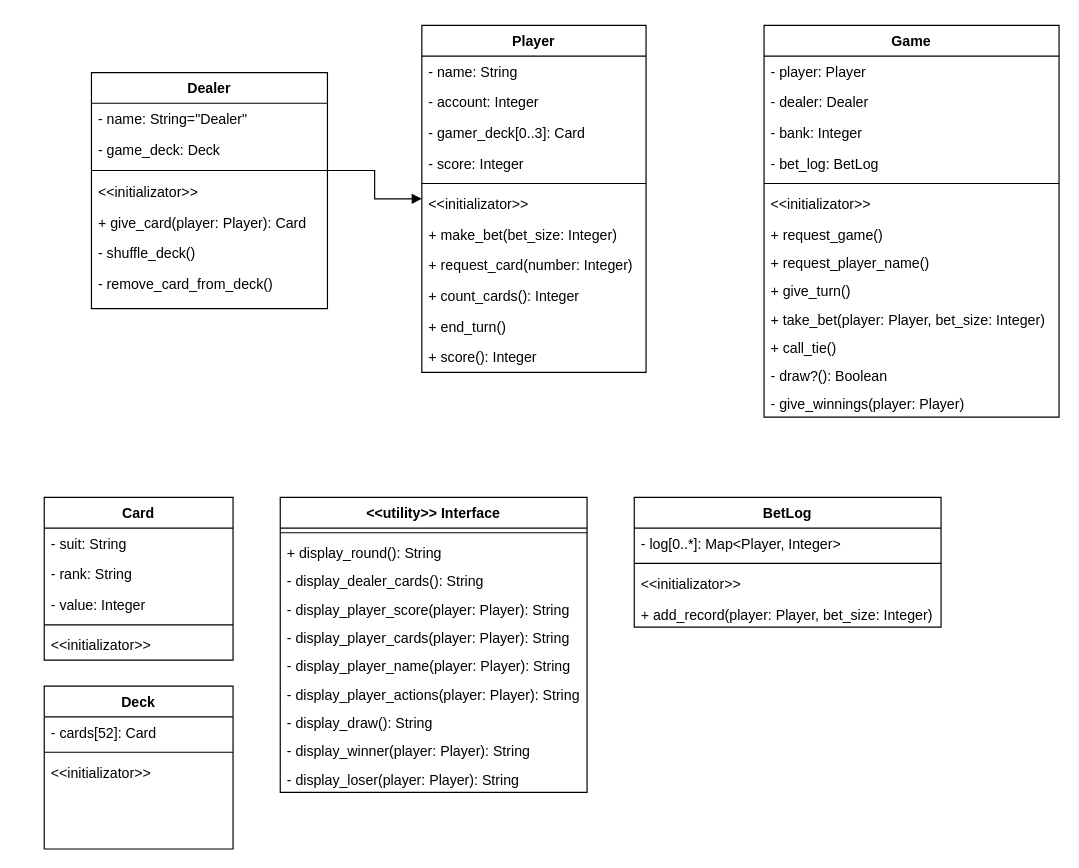
Above: Diagrams/Class_diagram.drawio in PrimusInterPares/BlackJack-game (draw.io), before the change. Source tidied: cells renumbered, new cells numbered last; positions are measured from the earlier drawing's top-left corner, leaving out a move shared by most shapes. Both pictures are drawn from the tidied source at 118%, with x=0, y=0 at pixel (44, 25).
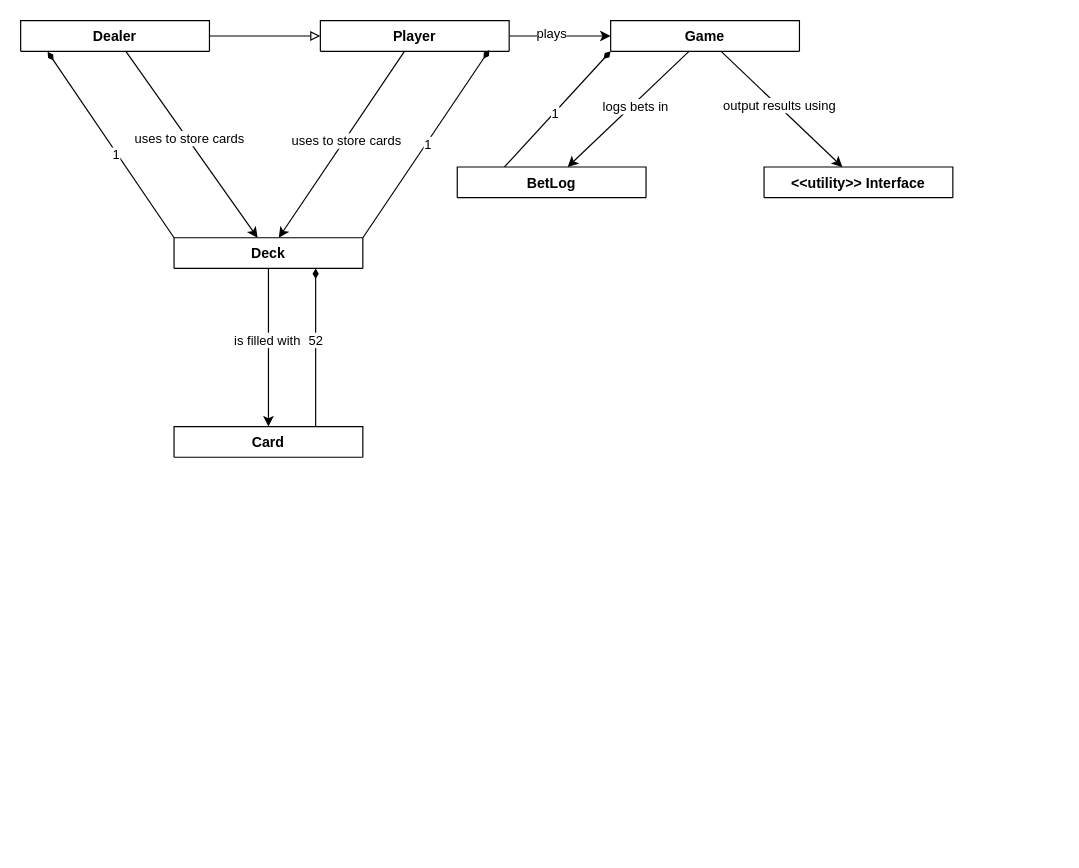
The same diagram, later.

Commit message:
Add relations between classes

What changed in the source:
```diff
@@
+    <mxCell id="63" style="rounded=0;jettySize=auto;html=1;" parent="1" edge="1" source="2" target="59">
+      <mxGeometry relative="1" as="geometry" />
+    </mxCell>
+    <mxCell id="64" value="uses to store cards" style="edgeLabel;html=1;align=center;verticalAlign=middle;" parent="63" vertex="1">
+      <mxGeometry x="-0.06" y="2" relative="1" as="geometry">
+        <mxPoint x="-1" as="offset" />
+      </mxGeometry>
+    </mxCell>
+    <mxCell id="65" style="rounded=0;jettySize=auto;html=1;" parent="1" edge="1" source="2" target="14">
+      <mxGeometry relative="1" as="geometry" />
+    </mxCell>
+    <mxCell id="66" value="plays" style="edgeLabel;html=1;align=center;verticalAlign=middle;labelPosition=center;verticalLabelPosition=middle;" parent="65" vertex="1">
+      <mxGeometry x="-0.19" y="3" relative="1" as="geometry" />
+    </mxCell>
-    <mxCell id="2" value="Player" style="swimlane;fontStyle=1;align=center;verticalAlign=top;horizontal=1;startSize=26;rounded=0;shadow=0;strokeWidth=1;" parent="1" vertex="1">
-      <mxGeometry x="320" width="190" height="294" as="geometry" />
+    <mxCell id="2" value="Player" style="swimlane;fontStyle=1;align=center;verticalAlign=top;horizontal=1;startSize=26;rounded=0;shadow=0;strokeWidth=1;" parent="1" vertex="1" collapsed="1">
+      <mxGeometry x="234" y="-4" width="160" height="26" as="geometry" />
     </mxCell>
-    <mxCell id="3" value="- name: String" style="text;align=left;verticalAlign=top;spacingLeft=4;spacingRight=4;overflow=hidden;rounded=0;shadow=0;html=0;" parent="2" vertex="1">
-      <mxGeometry y="26" width="190" height="26" as="geometry" />
-    </mxCell>
-    <mxCell id="4" value="- account: Integer" style="text;align=left;verticalAlign=top;spacingLeft=4;spacingRight=4;overflow=hidden;rounded=0;shadow=0;html=0;" parent="2" vertex="1">
-      <mxGeometry y="52" width="190" height="26" as="geometry" />
-    </mxCell>
-    <mxCell id="5" value="- gamer_deck[0..3]: Card" style="text;align=left;verticalAlign=top;spacingLeft=4;spacingRight=4;overflow=hidden;rounded=0;shadow=0;html=0;" parent="2" vertex="1">
-      <mxGeometry y="78" width="190" height="26" as="geometry" />
-    </mxCell>
-    <mxCell id="6" value="- score: Integer" style="text;align=left;verticalAlign=top;spacingLeft=4;spacingRight=4;overflow=hidden;rounded=0;shadow=0;html=0;" parent="2" vertex="1">
-      <mxGeometry y="104" width="190" height="26" as="geometry" />
-    </mxCell>
-    <mxCell id="7" style="line;html=1;strokeWidth=1;align=left;verticalAlign=middle;spacingTop=-1;spacingLeft=3;spacingRight=3;labelPosition=right;" parent="2" vertex="1">
-      <mxGeometry y="130" width="190" height="8" as="geometry" />
-    </mxCell>
-    <mxCell id="8" value="&lt;&lt;initializator&gt;&gt;" style="text;align=left;verticalAlign=top;spacingLeft=4;spacingRight=4;overflow=hidden;" parent="2" vertex="1">
-      <mxGeometry y="138" width="190" height="26" as="geometry" />
-    </mxCell>
-    <mxCell id="9" value="+ make_bet(bet_size: Integer)" style="text;align=left;verticalAlign=top;spacingLeft=4;spacingRight=4;overflow=hidden;" parent="2" vertex="1">
-      <mxGeometry y="164" width="190" height="26" as="geometry" />
-    </mxCell>
-    <mxCell id="10" value="+ request_card(number: Integer)" style="text;align=left;verticalAlign=top;spacingLeft=4;spacingRight=4;overflow=hidden;" parent="2" vertex="1">
-      <mxGeometry y="190" width="190" height="26" as="geometry" />
-    </mxCell>
-    <mxCell id="11" value="+ count_cards(): Integer" style="text;align=left;verticalAlign=top;spacingLeft=4;spacingRight=4;overflow=hidden;" parent="2" vertex="1">
-      <mxGeometry y="216" width="190" height="26" as="geometry" />
-    </mxCell>
-    <mxCell id="12" value="+ end_turn()" style="text;align=left;verticalAlign=top;spacingLeft=4;spacingRight=4;overflow=hidden;" parent="2" vertex="1">
-      <mxGeometry y="242" width="190" height="26" as="geometry" />
-    </mxCell>
-    <mxCell id="13" value="+ score(): Integer" style="text;align=left;verticalAlign=top;spacingLeft=4;spacingRight=4;overflow=hidden;" parent="2" vertex="1">
-      <mxGeometry y="268" width="190" height="26" as="geometry" />
-    </mxCell>
+    <mxCell id="67" style="rounded=0;jettySize=auto;html=1;" parent="1" edge="1" source="14" target="43">
+      <mxGeometry relative="1" as="geometry" />
+    </mxCell>
+    <mxCell id="68" value="output results using" style="edgeLabel;html=1;align=center;verticalAlign=middle;fontSize=11;" parent="67" vertex="1">
+      <mxGeometry x="-0.05" y="1" relative="1" as="geometry" />
+    </mxCell>
+    <mxCell id="69" style="rounded=0;jettySize=auto;html=1;" parent="1" edge="1" source="14" target="54">
+      <mxGeometry relative="1" as="geometry" />
+    </mxCell>
+    <mxCell id="70" value="logs bets in" style="edgeLabel;html=1;align=center;verticalAlign=middle;" parent="69" vertex="1">
+      <mxGeometry x="-0.08" y="2" relative="1" as="geometry" />
+    </mxCell>
+    <mxCell id="71" style="rounded=0;jettySize=auto;html=1;exitX=0;exitY=1;exitDx=0;exitDy=0;entryX=0.25;entryY=0;entryDx=0;entryDy=0;endArrow=none;endFill=0;startArrow=diamondThin;startFill=1;" parent="1" edge="1" source="14" target="54">
+      <mxGeometry relative="1" as="geometry" />
+    </mxCell>
+    <mxCell id="72" value="1" style="edgeLabel;html=1;align=center;verticalAlign=middle;" parent="71" vertex="1">
+      <mxGeometry x="0.06" y="1" relative="1" as="geometry" />
+    </mxCell>
-    <mxCell id="14" value="Game" style="swimlane;fontStyle=1;align=center;verticalAlign=top;horizontal=1;startSize=26;rounded=0;shadow=0;strokeWidth=1;" parent="1" vertex="1">
-      <mxGeometry x="610" width="250" height="332" as="geometry" />
+    <mxCell id="14" value="Game" style="swimlane;fontStyle=1;align=center;verticalAlign=top;horizontal=1;startSize=26;rounded=0;shadow=0;strokeWidth=1;" parent="1" vertex="1" collapsed="1">
+      <mxGeometry x="480" y="-4" width="160" height="26" as="geometry" />
     </mxCell>
-    <mxCell id="15" value="- player: Player" style="text;align=left;verticalAlign=top;spacingLeft=4;spacingRight=4;overflow=hidden;" parent="14" vertex="1">
-      <mxGeometry y="26" width="250" height="26" as="geometry" />
-    </mxCell>
-    <mxCell id="16" value="- dealer: Dealer" style="text;align=left;verticalAlign=top;spacingLeft=4;spacingRight=4;overflow=hidden;" parent="14" vertex="1">
-      <mxGeometry y="52" width="250" height="26" as="geometry" />
-    </mxCell>
-    <mxCell id="17" value="- bank: Integer" style="text;align=left;verticalAlign=top;spacingLeft=4;spacingRight=4;overflow=hidden;rounded=0;shadow=0;html=0;" parent="14" vertex="1">
-      <mxGeometry y="78" width="250" height="26" as="geometry" />
-    </mxCell>
-    <mxCell id="18" value="- bet_log: BetLog" style="text;align=left;verticalAlign=top;spacingLeft=4;spacingRight=4;overflow=hidden;rounded=0;shadow=0;html=0;" parent="14" vertex="1">
-      <mxGeometry y="104" width="250" height="26" as="geometry" />
-    </mxCell>
-    <mxCell id="19" style="line;html=1;strokeWidth=1;align=left;verticalAlign=middle;spacingTop=-1;spacingLeft=3;spacingRight=3;labelPosition=right;" parent="14" vertex="1">
-      <mxGeometry y="130" width="250" height="8" as="geometry" />
-    </mxCell>
-    <mxCell id="20" value="&lt;&lt;initializator&gt;&gt;" style="text;align=left;verticalAlign=top;spacingLeft=4;spacingRight=4;overflow=hidden;" parent="14" vertex="1">
-      <mxGeometry y="138" width="250" height="26" as="geometry" />
-    </mxCell>
-    <mxCell id="21" value="+ request_game()" style="text;align=left;verticalAlign=top;spacingLeft=4;spacingRight=4;overflow=hidden;" parent="14" vertex="1">
-      <mxGeometry y="164" width="250" height="24" as="geometry" />
-    </mxCell>
-    <mxCell id="22" value="+ request_player_name()" style="text;align=left;verticalAlign=top;spacingLeft=4;spacingRight=4;overflow=hidden;" parent="14" vertex="1">
-      <mxGeometry y="188" width="250" height="24" as="geometry" />
-    </mxCell>
-    <mxCell id="23" value="+ give_turn()" style="text;align=left;verticalAlign=top;spacingLeft=4;spacingRight=4;overflow=hidden;" parent="14" vertex="1">
-      <mxGeometry y="212" width="250" height="24" as="geometry" />
-    </mxCell>
-    <mxCell id="24" value="+ take_bet(player: Player, bet_size: Integer)" style="text;align=left;verticalAlign=top;spacingLeft=4;spacingRight=4;overflow=hidden;" parent="14" vertex="1">
-      <mxGeometry y="236" width="250" height="24" as="geometry" />
-    </mxCell>
-    <mxCell id="25" value="+ call_tie()" style="text;align=left;verticalAlign=top;spacingLeft=4;spacingRight=4;overflow=hidden;" parent="14" vertex="1">
-      <mxGeometry y="260" width="250" height="24" as="geometry" />
-    </mxCell>
-    <mxCell id="26" value="- draw?(): Boolean" style="text;align=left;verticalAlign=top;spacingLeft=4;spacingRight=4;overflow=hidden;" parent="14" vertex="1">
-      <mxGeometry y="284" width="250" height="24" as="geometry" />
-    </mxCell>
-    <mxCell id="27" value="- give_winnings(player: Player)" style="text;align=left;verticalAlign=top;spacingLeft=4;spacingRight=4;overflow=hidden;" parent="14" vertex="1">
-      <mxGeometry y="308" width="250" height="24" as="geometry" />
-    </mxCell>
-    <mxCell id="28" value="Dealer" style="swimlane;fontStyle=1;align=center;verticalAlign=top;horizontal=1;startSize=26;rounded=0;shadow=0;strokeWidth=1;" parent="1" vertex="1">
-      <mxGeometry x="40" y="40" width="200" height="200" as="geometry" />
+    <mxCell id="28" value="Dealer" style="swimlane;fontStyle=1;align=center;verticalAlign=top;horizontal=1;startSize=26;rounded=0;shadow=0;strokeWidth=1;" parent="1" vertex="1" collapsed="1">
+      <mxGeometry x="-20" y="-4" width="160" height="26" as="geometry" />
     </mxCell>
-    <mxCell id="29" value="- name: String=&quot;Dealer&quot;" style="text;align=left;verticalAlign=top;spacingLeft=4;spacingRight=4;overflow=hidden;" parent="28" vertex="1">
-      <mxGeometry y="26" width="200" height="26" as="geometry" />
-    </mxCell>
-    <mxCell id="30" value="- game_deck: Deck" style="text;align=left;verticalAlign=top;spacingLeft=4;spacingRight=4;overflow=hidden;rounded=0;shadow=0;html=0;" parent="28" vertex="1">
-      <mxGeometry y="52" width="200" height="26" as="geometry" />
-    </mxCell>
-    <mxCell id="31" style="line;html=1;strokeWidth=1;align=left;verticalAlign=middle;spacingTop=-1;spacingLeft=3;spacingRight=3;labelPosition=right;points=[];portConstraint=eastwest;" parent="28" vertex="1">
-      <mxGeometry y="78" width="200" height="10" as="geometry" />
-    </mxCell>
-    <mxCell id="32" value="&lt;&lt;initializator&gt;&gt;" style="text;align=left;verticalAlign=top;spacingLeft=4;spacingRight=4;overflow=hidden;" parent="28" vertex="1">
-      <mxGeometry y="88" width="200" height="26" as="geometry" />
-    </mxCell>
-    <mxCell id="33" value="+ give_card(player: Player): Card" style="text;align=left;verticalAlign=top;spacingLeft=4;spacingRight=4;overflow=hidden;" parent="28" vertex="1">
-      <mxGeometry y="114" width="200" height="26" as="geometry" />
-    </mxCell>
-    <mxCell id="34" value="- shuffle_deck()" style="text;align=left;verticalAlign=top;spacingLeft=4;spacingRight=4;overflow=hidden;" parent="28" vertex="1">
-      <mxGeometry y="140" width="200" height="26" as="geometry" />
-    </mxCell>
-    <mxCell id="35" value="- remove_card_from_deck()" style="text;align=left;verticalAlign=top;spacingLeft=4;spacingRight=4;overflow=hidden;" parent="28" vertex="1">
-      <mxGeometry y="166" width="200" height="26" as="geometry" />
-    </mxCell>
-    <mxCell id="36" value="Card" style="swimlane;fontStyle=1;align=center;verticalAlign=top;horizontal=1;startSize=26;rounded=0;shadow=0;strokeWidth=1;" parent="1" vertex="1">
-      <mxGeometry y="400" width="160" height="138" as="geometry" />
+    <mxCell id="36" value="Card" style="swimlane;fontStyle=1;align=center;verticalAlign=top;horizontal=1;startSize=26;rounded=0;shadow=0;strokeWidth=1;" parent="1" vertex="1" collapsed="1">
+      <mxGeometry x="110" y="340" width="160" height="26" as="geometry" />
     </mxCell>
-    <mxCell id="37" value="- suit: String" style="text;align=left;verticalAlign=top;spacingLeft=4;spacingRight=4;overflow=hidden;" parent="36" vertex="1">
-      <mxGeometry y="26" width="160" height="26" as="geometry" />
-    </mxCell>
-    <mxCell id="38" value="- rank: String" style="text;align=left;verticalAlign=top;spacingLeft=4;spacingRight=4;overflow=hidden;" parent="36" vertex="1">
-      <mxGeometry y="52" width="160" height="26" as="geometry" />
-    </mxCell>
-    <mxCell id="39" value="- value: Integer" style="text;align=left;verticalAlign=top;spacingLeft=4;spacingRight=4;overflow=hidden;" parent="36" vertex="1">
-      <mxGeometry y="78" width="160" height="26" as="geometry" />
-    </mxCell>
-    <mxCell id="40" style="line;html=1;strokeWidth=1;align=left;verticalAlign=middle;spacingTop=-1;spacingLeft=3;spacingRight=3;labelPosition=right;" parent="36" vertex="1">
-      <mxGeometry y="104" width="160" height="8" as="geometry" />
-    </mxCell>
-    <mxCell id="41" value="&lt;&lt;initializator&gt;&gt;" style="text;align=left;verticalAlign=top;spacingLeft=4;spacingRight=4;overflow=hidden;" parent="36" vertex="1">
-      <mxGeometry y="112" width="160" height="26" as="geometry" />
-    </mxCell>
-    <mxCell id="42" style="edgeStyle=orthogonalEdgeStyle;rounded=0;jettySize=auto;html=1;endArrow=block;endFill=1;" parent="1" edge="1" source="31" target="2">
+    <mxCell id="42" style="rounded=0;jettySize=auto;html=1;endArrow=block;endFill=0;" parent="1" edge="1" source="28" target="2">
       <mxGeometry relative="1" as="geometry" />
     </mxCell>
-    <mxCell id="43" value="&lt;&lt;utility&gt;&gt; Interface" style="swimlane;fontStyle=1;align=center;verticalAlign=top;horizontal=1;startSize=26;rounded=0;shadow=0;strokeWidth=1;" parent="1" vertex="1">
-      <mxGeometry x="200" y="400" width="260" height="250" as="geometry" />
+    <mxCell id="43" value="&lt;&lt;utility&gt;&gt; Interface" style="swimlane;fontStyle=1;align=center;verticalAlign=top;horizontal=1;startSize=26;rounded=0;shadow=0;strokeWidth=1;" parent="1" vertex="1" collapsed="1">
+      <mxGeometry x="610" y="120" width="160" height="26" as="geometry" />
     </mxCell>
-    <mxCell id="44" style="line;html=1;strokeWidth=1;align=left;verticalAlign=middle;spacingTop=-1;spacingLeft=3;spacingRight=3;labelPosition=right;" parent="43" vertex="1">
-      <mxGeometry y="26" width="260" height="8" as="geometry" />
-    </mxCell>
-    <mxCell id="45" value="+ display_round(): String" style="text;align=left;verticalAlign=top;spacingLeft=4;spacingRight=4;overflow=hidden;" parent="43" vertex="1">
-      <mxGeometry y="34" width="260" height="24" as="geometry" />
-    </mxCell>
-    <mxCell id="46" value="- display_dealer_cards(): String" style="text;align=left;verticalAlign=top;spacingLeft=4;spacingRight=4;overflow=hidden;" parent="43" vertex="1">
-      <mxGeometry y="58" width="260" height="24" as="geometry" />
-    </mxCell>
-    <mxCell id="47" value="- display_player_score(player: Player): String" style="text;align=left;verticalAlign=top;spacingLeft=4;spacingRight=4;overflow=hidden;" parent="43" vertex="1">
-      <mxGeometry y="82" width="260" height="24" as="geometry" />
-    </mxCell>
-    <mxCell id="48" value="- display_player_cards(player: Player): String" style="text;align=left;verticalAlign=top;spacingLeft=4;spacingRight=4;overflow=hidden;" parent="43" vertex="1">
-      <mxGeometry y="106" width="260" height="24" as="geometry" />
-    </mxCell>
-    <mxCell id="49" value="- display_player_name(player: Player): String" style="text;align=left;verticalAlign=top;spacingLeft=4;spacingRight=4;overflow=hidden;" parent="43" vertex="1">
-      <mxGeometry y="130" width="260" height="24" as="geometry" />
-    </mxCell>
-    <mxCell id="50" value="- display_player_actions(player: Player): String" style="text;align=left;verticalAlign=top;spacingLeft=4;spacingRight=4;overflow=hidden;" parent="43" vertex="1">
-      <mxGeometry y="154" width="260" height="24" as="geometry" />
-    </mxCell>
-    <mxCell id="51" value="- display_draw(): String" style="text;align=left;verticalAlign=top;spacingLeft=4;spacingRight=4;overflow=hidden;" parent="43" vertex="1">
-      <mxGeometry y="178" width="260" height="24" as="geometry" />
-    </mxCell>
-    <mxCell id="52" value="- display_winner(player: Player): String" style="text;align=left;verticalAlign=top;spacingLeft=4;spacingRight=4;overflow=hidden;" parent="43" vertex="1">
-      <mxGeometry y="202" width="260" height="24" as="geometry" />
-    </mxCell>
-    <mxCell id="53" value="- display_loser(player: Player): String" style="text;align=left;verticalAlign=top;spacingLeft=4;spacingRight=4;overflow=hidden;" parent="43" vertex="1">
-      <mxGeometry y="226" width="260" height="24" as="geometry" />
-    </mxCell>
-    <mxCell id="54" value="BetLog" style="swimlane;fontStyle=1;align=center;verticalAlign=top;horizontal=1;startSize=26;rounded=0;shadow=0;strokeWidth=1;" parent="1" vertex="1">
-      <mxGeometry x="500" y="400" width="260" height="110" as="geometry" />
+    <mxCell id="54" value="BetLog" style="swimlane;fontStyle=1;align=center;verticalAlign=top;horizontal=1;startSize=26;rounded=0;shadow=0;strokeWidth=1;" parent="1" vertex="1" collapsed="1">
+      <mxGeometry x="350" y="120" width="160" height="26" as="geometry" />
     </mxCell>
-    <mxCell id="55" value="- log[0..*]: Map&lt;Player, Integer&gt;" style="text;align=left;verticalAlign=top;spacingLeft=4;spacingRight=4;overflow=hidden;" parent="54" vertex="1">
-      <mxGeometry y="26" width="260" height="26" as="geometry" />
-    </mxCell>
-    <mxCell id="56" style="line;html=1;strokeWidth=1;align=left;verticalAlign=middle;spacingTop=-1;spacingLeft=3;spacingRight=3;labelPosition=right;" parent="54" vertex="1">
-      <mxGeometry y="52" width="260" height="8" as="geometry" />
-    </mxCell>
-    <mxCell id="57" value="&lt;&lt;initializator&gt;&gt;" style="text;align=left;verticalAlign=top;spacingLeft=4;spacingRight=4;overflow=hidden;" parent="54" vertex="1">
-      <mxGeometry y="60" width="260" height="26" as="geometry" />
-    </mxCell>
-    <mxCell id="58" value="+ add_record(player: Player, bet_size: Integer)" style="text;align=left;verticalAlign=top;spacingLeft=4;spacingRight=4;overflow=hidden;" parent="54" vertex="1">
-      <mxGeometry y="86" width="260" height="24" as="geometry" />
-    </mxCell>
+    <mxCell id="73" style="rounded=0;jettySize=auto;html=1;" parent="1" edge="1" source="59" target="36">
+      <mxGeometry relative="1" as="geometry" />
+    </mxCell>
+    <mxCell id="74" value="is filled with" style="edgeLabel;html=1;align=center;verticalAlign=middle;" parent="73" vertex="1">
+      <mxGeometry x="-0.11" y="-2" relative="1" as="geometry" />
+    </mxCell>
+    <mxCell id="75" style="rounded=0;jettySize=auto;html=1;endArrow=none;endFill=0;startArrow=diamondThin;startFill=1;entryX=0.75;entryY=0;entryDx=0;entryDy=0;exitX=0.75;exitY=1;exitDx=0;exitDy=0;" parent="1" edge="1" source="59" target="36">
+      <mxGeometry relative="1" as="geometry" />
+    </mxCell>
+    <mxCell id="76" value="52" style="edgeLabel;html=1;align=center;verticalAlign=middle;" parent="75" vertex="1">
+      <mxGeometry x="-0.11" y="-1" relative="1" as="geometry" />
+    </mxCell>
+    <mxCell id="77" style="rounded=0;jettySize=auto;html=1;entryX=0.143;entryY=1.015;entryDx=0;entryDy=0;entryPerimeter=0;startArrow=none;startFill=0;endArrow=diamondThin;endFill=1;exitX=0;exitY=0;exitDx=0;exitDy=0;" parent="1" edge="1" source="59" target="28">
+      <mxGeometry relative="1" as="geometry" />
+    </mxCell>
+    <mxCell id="78" value="1" style="edgeLabel;html=1;align=center;verticalAlign=middle;" parent="77" vertex="1">
+      <mxGeometry x="-0.1" y="1" relative="1" as="geometry" />
+    </mxCell>
+    <mxCell id="79" style="rounded=0;jettySize=auto;html=1;exitX=1;exitY=0;exitDx=0;exitDy=0;entryX=0.895;entryY=0.954;entryDx=0;entryDy=0;endArrow=diamondThin;endFill=1;entryPerimeter=0;" parent="1" edge="1" source="59" target="2">
+      <mxGeometry relative="1" as="geometry" />
+    </mxCell>
+    <mxCell id="80" value="1" style="edgeLabel;html=1;align=center;verticalAlign=middle;" parent="79" vertex="1">
+      <mxGeometry x="0.01" relative="1" as="geometry">
+        <mxPoint y="1" as="offset" />
+      </mxGeometry>
+    </mxCell>
-    <mxCell id="59" value="Deck" style="swimlane;fontStyle=1;align=center;verticalAlign=top;horizontal=1;startSize=26;rounded=0;shadow=0;strokeWidth=1;" parent="1" vertex="1">
-      <mxGeometry y="560" width="160" height="138" as="geometry" />
+    <mxCell id="59" value="Deck" style="swimlane;fontStyle=1;align=center;verticalAlign=top;horizontal=1;startSize=26;rounded=0;shadow=0;strokeWidth=1;" parent="1" vertex="1" collapsed="1">
+      <mxGeometry x="110" y="180" width="160" height="26" as="geometry" />
     </mxCell>
-    <mxCell id="60" value="- cards[52]: Card" style="text;align=left;verticalAlign=top;spacingLeft=4;spacingRight=4;overflow=hidden;" parent="59" vertex="1">
-      <mxGeometry y="26" width="160" height="26" as="geometry" />
-    </mxCell>
-    <mxCell id="61" style="line;html=1;strokeWidth=1;align=left;verticalAlign=middle;spacingTop=-1;spacingLeft=3;spacingRight=3;labelPosition=right;" parent="59" vertex="1">
-      <mxGeometry y="52" width="160" height="8" as="geometry" />
-    </mxCell>
-    <mxCell id="62" value="&lt;&lt;initializator&gt;&gt;" style="text;align=left;verticalAlign=top;spacingLeft=4;spacingRight=4;overflow=hidden;" parent="59" vertex="1">
-      <mxGeometry y="60" width="160" height="26" as="geometry" />
-    </mxCell>
+    <mxCell id="81" style="rounded=0;jettySize=auto;html=1;" parent="1" edge="1" source="28" target="59">
+      <mxGeometry relative="1" as="geometry" />
+    </mxCell>
+    <mxCell id="82" value="uses to store cards" style="edgeLabel;html=1;align=center;verticalAlign=middle;" parent="81" vertex="1">
+      <mxGeometry x="-0.06" y="2" relative="1" as="geometry">
+        <mxPoint x="-1" as="offset" />
+      </mxGeometry>
+    </mxCell>
```
